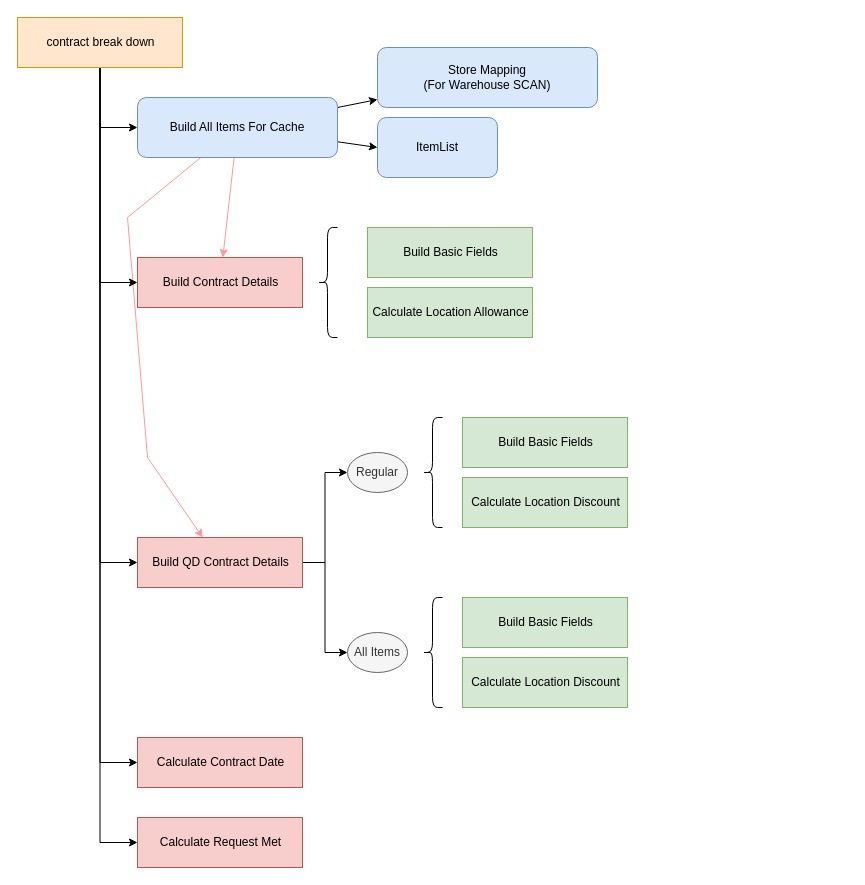
Earlier version of the draw.io diagram contractbreakdownsequence.drawio (dajin-kingland/UMLdiagrams). Source tidied: cells renumbered, new cells numbered last; positions are measured from the earlier drawing's top-left corner, leaving out a move shared by most shapes. Both pictures are drawn from the tidied source at 100%, with x=0, y=0 at pixel (17, 17).
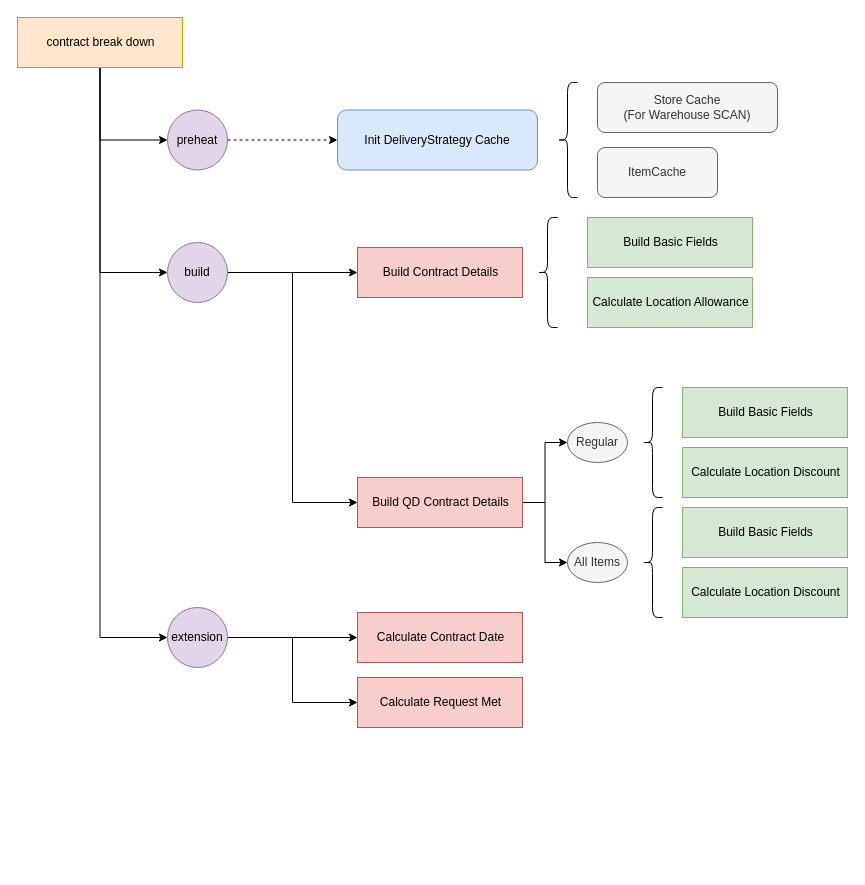
After the change.

Unchanged cells that the change refers to:
```xml
<mxCell id="22" value="contract break down" style="html=1;fillColor=#ffe6cc;strokeColor=#d79b00;" parent="1" vertex="1">
  <mxGeometry width="165" height="50" as="geometry" />
</mxCell>
```

Change to the diagram source:
```diff
@@
-    <mxCell id="2" style="rounded=0;jettySize=auto;html=1;" parent="1" edge="1" source="6" target="25">
-      <mxGeometry relative="1" as="geometry" />
-    </mxCell>
-    <mxCell id="3" style="edgeStyle=none;rounded=0;jettySize=auto;html=1;entryX=0;entryY=0.5;entryDx=0;entryDy=0;" parent="1" edge="1" source="6" target="26">
-      <mxGeometry relative="1" as="geometry" />
-    </mxCell>
-    <mxCell id="4" style="rounded=0;jettySize=auto;html=1;strokeColor=#FF9999;" parent="1" edge="1" source="6" target="7">
-      <mxGeometry relative="1" as="geometry" />
-    </mxCell>
-    <mxCell id="5" style="edgeStyle=none;rounded=0;jettySize=auto;html=1;strokeColor=#FF9999;" parent="1" edge="1" source="6" target="10">
-      <mxGeometry relative="1" as="geometry">
-        <Array as="points">
-          <mxPoint x="110" y="200" />
-          <mxPoint x="130" y="440" />
-        </Array>
-      </mxGeometry>
-    </mxCell>
-    <mxCell id="6" value="Build All Items For Cache" style="rounded=1;whiteSpace=wrap;html=1;fillColor=#dae8fc;strokeColor=#6c8ebf;align=center;" parent="1" vertex="1">
-      <mxGeometry x="120" y="80" width="200" height="60" as="geometry" />
+    <mxCell id="6" value="Init DeliveryStrategy Cache" style="rounded=1;whiteSpace=wrap;html=1;fillColor=#dae8fc;strokeColor=#6c8ebf;align=center;" parent="1" vertex="1">
+      <mxGeometry x="320" y="92.5" width="200" height="60" as="geometry" />
     </mxCell>
     <mxCell id="7" value="Build Contract Details" style="html=1;fillColor=#f8cecc;strokeColor=#b85450;" parent="1" vertex="1">
-      <mxGeometry x="120" y="240" width="165" height="50" as="geometry" />
+      <mxGeometry x="340" y="230" width="165" height="50" as="geometry" />
     </mxCell>
@@
     <mxCell id="10" value="Build QD Contract Details" style="html=1;fillColor=#f8cecc;strokeColor=#b85450;" parent="1" vertex="1">
-      <mxGeometry x="120" y="520" width="165" height="50" as="geometry" />
+      <mxGeometry x="340" y="460" width="165" height="50" as="geometry" />
     </mxCell>
     <mxCell id="11" value="Calculate Location Allowance" style="html=1;fillColor=#d5e8d4;strokeColor=#82b366;" parent="1" vertex="1">
-      <mxGeometry x="350" y="270" width="165" height="50" as="geometry" />
+      <mxGeometry x="570" y="260" width="165" height="50" as="geometry" />
     </mxCell>
     <mxCell id="12" value="Build Basic Fields" style="html=1;fillColor=#d5e8d4;strokeColor=#82b366;" parent="1" vertex="1">
-      <mxGeometry x="350" y="210" width="165" height="50" as="geometry" />
+      <mxGeometry x="570" y="200" width="165" height="50" as="geometry" />
     </mxCell>
     <mxCell id="13" value="Build Basic Fields" style="html=1;fillColor=#d5e8d4;strokeColor=#82b366;" parent="1" vertex="1">
-      <mxGeometry x="445" y="400" width="165" height="50" as="geometry" />
+      <mxGeometry x="665" y="370" width="165" height="50" as="geometry" />
     </mxCell>
     <mxCell id="14" value="Calculate Location Discount" style="html=1;fillColor=#d5e8d4;strokeColor=#82b366;" parent="1" vertex="1">
-      <mxGeometry x="445" y="460" width="165" height="50" as="geometry" />
+      <mxGeometry x="665" y="430" width="165" height="50" as="geometry" />
     </mxCell>
     <mxCell id="15" value="Regular" style="ellipse;whiteSpace=wrap;html=1;fillColor=#f5f5f5;strokeColor=#666666;fontColor=#333333;" parent="1" vertex="1">
-      <mxGeometry x="330" y="435" width="60" height="40" as="geometry" />
+      <mxGeometry x="550" y="405" width="60" height="40" as="geometry" />
     </mxCell>
     <mxCell id="16" value="All Items" style="ellipse;whiteSpace=wrap;html=1;fillColor=#f5f5f5;strokeColor=#666666;fontColor=#333333;" parent="1" vertex="1">
-      <mxGeometry x="330" y="615" width="60" height="40" as="geometry" />
+      <mxGeometry x="550" y="525" width="60" height="40" as="geometry" />
     </mxCell>
-    <mxCell id="17" style="edgeStyle=orthogonalEdgeStyle;rounded=0;jettySize=auto;html=1;entryX=0;entryY=0.5;entryDx=0;entryDy=0;" parent="1" edge="1" source="22" target="7">
+    <mxCell id="17" style="edgeStyle=orthogonalEdgeStyle;rounded=0;jettySize=auto;html=1;entryX=0;entryY=0.5;entryDx=0;entryDy=0;exitX=1;exitY=0.5;exitDx=0;exitDy=0;" parent="1" edge="1" source="38" target="7">
       <mxGeometry relative="1" as="geometry" />
     </mxCell>
-    <mxCell id="18" style="edgeStyle=orthogonalEdgeStyle;rounded=0;jettySize=auto;html=1;entryX=0;entryY=0.5;entryDx=0;entryDy=0;" parent="1" edge="1" source="22" target="10">
+    <mxCell id="18" style="edgeStyle=orthogonalEdgeStyle;rounded=0;jettySize=auto;html=1;entryX=0;entryY=0.5;entryDx=0;entryDy=0;exitX=1;exitY=0.5;exitDx=0;exitDy=0;" parent="1" edge="1" source="38" target="10">
       <mxGeometry relative="1" as="geometry" />
     </mxCell>
-    <mxCell id="19" style="edgeStyle=orthogonalEdgeStyle;rounded=0;jettySize=auto;html=1;entryX=0;entryY=0.5;entryDx=0;entryDy=0;exitX=0.5;exitY=1;exitDx=0;exitDy=0;" parent="1" edge="1" source="22" target="6">
-      <mxGeometry relative="1" as="geometry" />
-    </mxCell>
-    <mxCell id="20" style="edgeStyle=orthogonalEdgeStyle;rounded=0;jettySize=auto;html=1;entryX=0;entryY=0.5;entryDx=0;entryDy=0;" parent="1" edge="1" source="22" target="30">
+    <mxCell id="20" style="edgeStyle=orthogonalEdgeStyle;rounded=0;jettySize=auto;html=1;entryX=0;entryY=0.5;entryDx=0;entryDy=0;exitX=1;exitY=0.5;exitDx=0;exitDy=0;" parent="1" edge="1" source="39" target="30">
       <mxGeometry relative="1" as="geometry" />
     </mxCell>
-    <mxCell id="21" style="edgeStyle=orthogonalEdgeStyle;rounded=0;jettySize=auto;html=1;entryX=0;entryY=0.5;entryDx=0;entryDy=0;strokeColor=#000000;" parent="1" edge="1" source="22" target="31">
+    <mxCell id="21" style="edgeStyle=orthogonalEdgeStyle;rounded=0;jettySize=auto;html=1;entryX=0;entryY=0.5;entryDx=0;entryDy=0;strokeColor=#000000;" parent="1" edge="1" source="39" target="31">
       <mxGeometry relative="1" as="geometry" />
     </mxCell>
+    <mxCell id="32" style="edgeStyle=orthogonalEdgeStyle;rounded=0;jettySize=auto;html=1;entryX=0;entryY=0.5;entryDx=0;entryDy=0;" parent="1" edge="1" source="22" target="37">
+      <mxGeometry relative="1" as="geometry" />
+    </mxCell>
+    <mxCell id="33" style="edgeStyle=orthogonalEdgeStyle;rounded=0;jettySize=auto;html=1;entryX=0;entryY=0.5;entryDx=0;entryDy=0;" parent="1" edge="1" source="22" target="38">
+      <mxGeometry relative="1" as="geometry" />
+    </mxCell>
+    <mxCell id="34" style="edgeStyle=orthogonalEdgeStyle;rounded=0;jettySize=auto;html=1;entryX=0;entryY=0.5;entryDx=0;entryDy=0;" parent="1" edge="1" source="22" target="39">
+      <mxGeometry relative="1" as="geometry" />
+    </mxCell>
@@
     <mxCell id="23" value="Build Basic Fields" style="html=1;fillColor=#d5e8d4;strokeColor=#82b366;" parent="1" vertex="1">
-      <mxGeometry x="445" y="580" width="165" height="50" as="geometry" />
+      <mxGeometry x="665" y="490" width="165" height="50" as="geometry" />
     </mxCell>
     <mxCell id="24" value="Calculate Location Discount" style="html=1;fillColor=#d5e8d4;strokeColor=#82b366;" parent="1" vertex="1">
-      <mxGeometry x="445" y="640" width="165" height="50" as="geometry" />
+      <mxGeometry x="665" y="550" width="165" height="50" as="geometry" />
     </mxCell>
-    <mxCell id="25" value="Store Mapping&lt;br&gt;(For Warehouse SCAN)" style="whiteSpace=wrap;html=1;rounded=1;strokeColor=#6c8ebf;fillColor=#dae8fc;" parent="1" vertex="1">
-      <mxGeometry x="360" y="30" width="220" height="60" as="geometry" />
+    <mxCell id="25" value="Store Cache&lt;br&gt;(For Warehouse SCAN)" style="whiteSpace=wrap;html=1;rounded=1;strokeColor=#666666;fillColor=#f5f5f5;fontColor=#333333;" parent="1" vertex="1">
+      <mxGeometry x="580" y="65" width="180" height="50" as="geometry" />
     </mxCell>
-    <mxCell id="26" value="ItemList" style="whiteSpace=wrap;html=1;rounded=1;strokeColor=#6c8ebf;fillColor=#dae8fc;" parent="1" vertex="1">
-      <mxGeometry x="360" y="100" width="120" height="60" as="geometry" />
+    <mxCell id="26" value="ItemCache" style="whiteSpace=wrap;html=1;rounded=1;strokeColor=#666666;fillColor=#f5f5f5;fontColor=#333333;" parent="1" vertex="1">
+      <mxGeometry x="580" y="130" width="120" height="50" as="geometry" />
     </mxCell>
     <mxCell id="27" style="shape=curlyBracket;whiteSpace=wrap;html=1;rounded=1;gradientColor=none;" parent="1" vertex="1">
-      <mxGeometry x="405" y="400" width="20" height="110" as="geometry" />
+      <mxGeometry x="625" y="370" width="20" height="110" as="geometry" />
     </mxCell>
     <mxCell id="28" style="shape=curlyBracket;whiteSpace=wrap;html=1;rounded=1;gradientColor=none;size=0.5;" parent="1" vertex="1">
-      <mxGeometry x="300" y="210" width="20" height="110" as="geometry" />
+      <mxGeometry x="520" y="200" width="20" height="110" as="geometry" />
     </mxCell>
     <mxCell id="29" style="shape=curlyBracket;whiteSpace=wrap;html=1;rounded=1;gradientColor=none;" parent="1" vertex="1">
-      <mxGeometry x="405" y="580" width="20" height="110" as="geometry" />
+      <mxGeometry x="625" y="490" width="20" height="110" as="geometry" />
     </mxCell>
     <mxCell id="30" value="Calculate Contract Date" style="html=1;fillColor=#f8cecc;strokeColor=#b85450;" parent="1" vertex="1">
-      <mxGeometry x="120" y="720" width="165" height="50" as="geometry" />
+      <mxGeometry x="340" y="595" width="165" height="50" as="geometry" />
     </mxCell>
     <mxCell id="31" value="Calculate Request Met" style="html=1;fillColor=#f8cecc;strokeColor=#b85450;" parent="1" vertex="1">
-      <mxGeometry x="120" y="800" width="165" height="50" as="geometry" />
+      <mxGeometry x="340" y="660" width="165" height="50" as="geometry" />
     </mxCell>
+    <mxCell id="35" style="shape=curlyBracket;whiteSpace=wrap;html=1;rounded=1;gradientColor=none;" parent="1" vertex="1">
+      <mxGeometry x="540" y="65" width="20" height="115" as="geometry" />
+    </mxCell>
+    <mxCell id="36" style="edgeStyle=orthogonalEdgeStyle;rounded=0;jettySize=auto;html=1;entryX=0;entryY=0.5;entryDx=0;entryDy=0;dashed=1;" parent="1" edge="1" source="37" target="6">
+      <mxGeometry relative="1" as="geometry" />
+    </mxCell>
+    <mxCell id="37" value="preheat" style="ellipse;whiteSpace=wrap;html=1;fillColor=#e1d5e7;strokeColor=#9673a6;" parent="1" vertex="1">
+      <mxGeometry x="150" y="92.5" width="60" height="60" as="geometry" />
+    </mxCell>
+    <mxCell id="38" value="build" style="ellipse;whiteSpace=wrap;html=1;fillColor=#e1d5e7;strokeColor=#9673a6;" parent="1" vertex="1">
+      <mxGeometry x="150" y="225" width="60" height="60" as="geometry" />
+    </mxCell>
+    <mxCell id="39" value="extension" style="ellipse;whiteSpace=wrap;html=1;fillColor=#e1d5e7;strokeColor=#9673a6;" parent="1" vertex="1">
+      <mxGeometry x="150" y="590" width="60" height="60" as="geometry" />
+    </mxCell>
```
